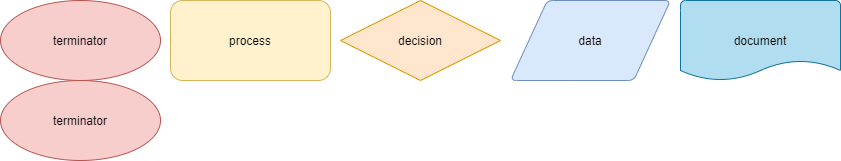
This is explore/diagramming/diagram.drawio.png from StevenSchaeffer/fa21-cse110-lab4, a draw.io export, as it was before one commit. Source tidied: cells renumbered, new cells last; positions are measured from the earlier drawing's top-left corner, leaving out a move shared by most shapes.
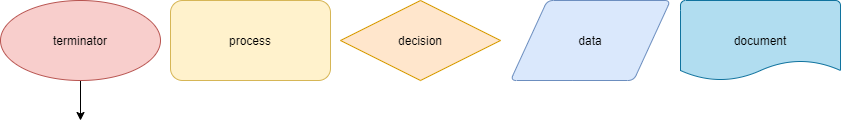
The same diagram one commit later.

What changed in the source:
```diff
@@ -2,6 +2,11 @@
   <root>
     <mxCell id="0" />
     <mxCell id="1" parent="0" />
+    <mxCell id="8" style="edgeStyle=orthogonalEdgeStyle;rounded=0;jettySize=auto;html=1;" parent="1" edge="1" source="2">
+      <mxGeometry relative="1" as="geometry">
+        <mxPoint x="80" y="120" as="targetPoint" />
+      </mxGeometry>
+    </mxCell>
     <mxCell id="2" value="&lt;font color=&quot;#000000&quot;&gt;terminator&lt;/font&gt;" style="ellipse;whiteSpace=wrap;html=1;fillColor=#f8cecc;strokeColor=#b85450;" parent="1" vertex="1">
       <mxGeometry width="160" height="80" as="geometry" />
     </mxCell>
@@ -17,8 +22,5 @@
     <mxCell id="6" value="&lt;font color=&quot;#000000&quot;&gt;document&lt;/font&gt;" style="strokeWidth=1;html=1;shape=mxgraph.flowchart.document2;whiteSpace=wrap;size=0.25;fillColor=#b1ddf0;strokeColor=#10739e;" parent="1" vertex="1">
       <mxGeometry x="680" width="160" height="80" as="geometry" />
     </mxCell>
-    <mxCell id="7" value="&lt;font color=&quot;#000000&quot;&gt;terminator&lt;/font&gt;" style="ellipse;whiteSpace=wrap;html=1;fillColor=#f8cecc;strokeColor=#b85450;" parent="1" vertex="1">
-      <mxGeometry y="80" width="160" height="80" as="geometry" />
-    </mxCell>
   </root>
 </mxGraphModel>
```
